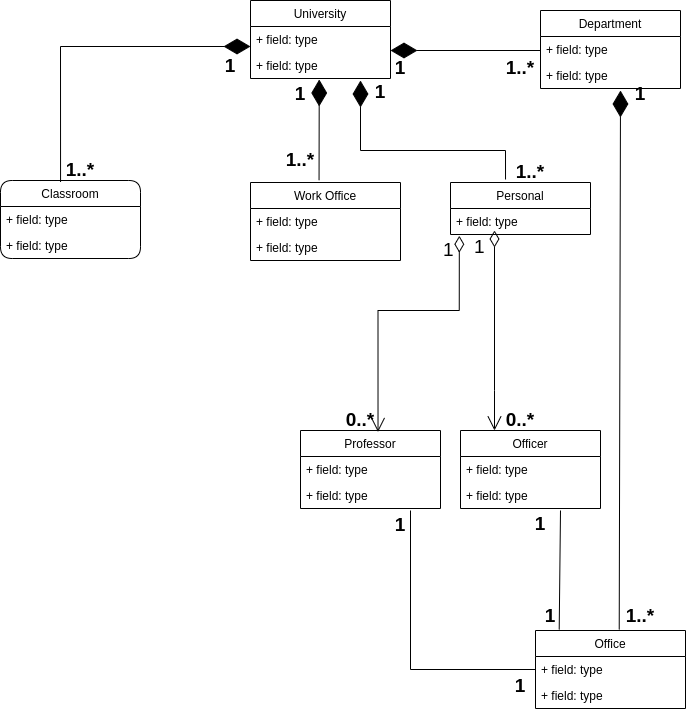
The draw.io diagram src/UniversityMS/UniversityManagementSystem.png in dikkulah/kodluyoruz-oop, before a commit. Source tidied: cells renumbered, new cells last; positions are measured from the earlier drawing's top-left corner, leaving out a move shared by most shapes. Its diagram source:
```xml
<mxGraphModel>
  <root>
    <mxCell id="0" />
    <mxCell id="1" parent="0" />
    <mxCell id="2" value="University" style="swimlane;fontStyle=0;horizontal=1;startSize=26;fillColor=none;" parent="1" vertex="1">
      <mxGeometry x="250" width="140" height="78" as="geometry" />
    </mxCell>
    <mxCell id="3" value="+ field: type" style="text;strokeColor=none;fillColor=none;align=left;verticalAlign=top;spacingLeft=4;spacingRight=4;overflow=hidden;" parent="2" vertex="1">
      <mxGeometry y="26" width="140" height="26" as="geometry" />
    </mxCell>
    <mxCell id="4" value="+ field: type" style="text;strokeColor=none;fillColor=none;align=left;verticalAlign=top;spacingLeft=4;spacingRight=4;overflow=hidden;points=[[0,0.5],[1,0.5]];portConstraint=eastwest;" parent="2" vertex="1">
      <mxGeometry y="52" width="140" height="26" as="geometry" />
    </mxCell>
    <mxCell id="5" value="Department" style="swimlane;fontStyle=0;horizontal=1;startSize=26;fillColor=none;" parent="1" vertex="1">
      <mxGeometry x="540" y="10" width="140" height="78" as="geometry" />
    </mxCell>
    <mxCell id="6" value="+ field: type" style="text;strokeColor=none;fillColor=none;align=left;verticalAlign=top;spacingLeft=4;spacingRight=4;overflow=hidden;" parent="5" vertex="1">
      <mxGeometry y="26" width="140" height="26" as="geometry" />
    </mxCell>
    <mxCell id="7" value="+ field: type" style="text;strokeColor=none;fillColor=none;align=left;verticalAlign=top;spacingLeft=4;spacingRight=4;overflow=hidden;" parent="5" vertex="1">
      <mxGeometry y="52" width="140" height="26" as="geometry" />
    </mxCell>
    <mxCell id="8" value="Work Office" style="swimlane;fontStyle=0;horizontal=1;startSize=26;fillColor=none;" parent="1" vertex="1">
      <mxGeometry x="250" y="182" width="150" height="78" as="geometry" />
    </mxCell>
    <mxCell id="9" value="+ field: type" style="text;strokeColor=none;fillColor=none;align=left;verticalAlign=top;spacingLeft=4;spacingRight=4;overflow=hidden;" parent="8" vertex="1">
      <mxGeometry y="26" width="150" height="26" as="geometry" />
    </mxCell>
    <mxCell id="10" value="+ field: type" style="text;strokeColor=none;fillColor=none;align=left;verticalAlign=top;spacingLeft=4;spacingRight=4;overflow=hidden;" parent="8" vertex="1">
      <mxGeometry y="52" width="150" height="26" as="geometry" />
    </mxCell>
    <mxCell id="11" value="Personal" style="swimlane;fontStyle=0;horizontal=1;startSize=26;fillColor=none;" parent="1" vertex="1">
      <mxGeometry x="450" y="182" width="140" height="52" as="geometry" />
    </mxCell>
    <mxCell id="12" value="+ field: type" style="text;strokeColor=none;fillColor=none;align=left;verticalAlign=top;spacingLeft=4;spacingRight=4;overflow=hidden;points=[[0,0.5],[1,0.5]];portConstraint=eastwest;" parent="11" vertex="1">
      <mxGeometry y="26" width="140" height="26" as="geometry" />
    </mxCell>
    <mxCell id="13" value="Classroom" style="swimlane;fontStyle=0;horizontal=1;startSize=26;rounded=1;shadow=0;sketch=0;glass=0;arcSize=15;gradientColor=none;" parent="1" vertex="1">
      <mxGeometry y="180" width="140" height="78" as="geometry" />
    </mxCell>
    <mxCell id="14" value="+ field: type" style="text;strokeColor=none;fillColor=none;align=left;verticalAlign=top;spacingLeft=4;spacingRight=4;overflow=hidden;" parent="13" vertex="1">
      <mxGeometry y="26" width="140" height="26" as="geometry" />
    </mxCell>
    <mxCell id="15" value="+ field: type" style="text;strokeColor=none;fillColor=none;align=left;verticalAlign=top;spacingLeft=4;spacingRight=4;overflow=hidden;" parent="13" vertex="1">
      <mxGeometry y="52" width="140" height="26" as="geometry" />
    </mxCell>
    <mxCell id="16" value="Professor" style="swimlane;fontStyle=0;horizontal=1;startSize=26;fillColor=none;" parent="1" vertex="1">
      <mxGeometry x="300" y="430" width="140" height="78" as="geometry" />
    </mxCell>
    <mxCell id="17" value="+ field: type" style="text;strokeColor=none;fillColor=none;align=left;verticalAlign=top;spacingLeft=4;spacingRight=4;overflow=hidden;" parent="16" vertex="1">
      <mxGeometry y="26" width="140" height="26" as="geometry" />
    </mxCell>
    <mxCell id="18" value="+ field: type" style="text;strokeColor=none;fillColor=none;align=left;verticalAlign=top;spacingLeft=4;spacingRight=4;overflow=hidden;" parent="16" vertex="1">
      <mxGeometry y="52" width="140" height="26" as="geometry" />
    </mxCell>
    <mxCell id="19" value="Officer" style="swimlane;fontStyle=0;horizontal=1;startSize=26;fillColor=none;" parent="1" vertex="1">
      <mxGeometry x="460" y="430" width="140" height="78" as="geometry" />
    </mxCell>
    <mxCell id="20" value="+ field: type" style="text;strokeColor=none;fillColor=none;align=left;verticalAlign=top;spacingLeft=4;spacingRight=4;overflow=hidden;" parent="19" vertex="1">
      <mxGeometry y="26" width="140" height="26" as="geometry" />
    </mxCell>
    <mxCell id="21" value="+ field: type" style="text;strokeColor=none;fillColor=none;align=left;verticalAlign=top;spacingLeft=4;spacingRight=4;overflow=hidden;" parent="19" vertex="1">
      <mxGeometry y="52" width="140" height="26" as="geometry" />
    </mxCell>
    <mxCell id="22" style="endArrow=diamondThin;endFill=1;endSize=24;html=1;rounded=0;exitX=0.429;exitY=0.019;exitDx=0;exitDy=0;exitPerimeter=0;" parent="1" edge="1" source="13">
      <mxGeometry relative="1" as="geometry">
        <mxPoint x="250" y="46" as="targetPoint" />
        <Array as="points">
          <mxPoint x="60" y="46" />
        </Array>
      </mxGeometry>
    </mxCell>
    <mxCell id="23" style="endArrow=diamondThin;endFill=1;endSize=24;html=1;rounded=0;" parent="1" edge="1">
      <mxGeometry relative="1" as="geometry">
        <mxPoint x="540" y="50" as="sourcePoint" />
        <mxPoint x="390" y="50" as="targetPoint" />
      </mxGeometry>
    </mxCell>
    <mxCell id="24" style="endArrow=diamondThin;endFill=1;endSize=24;html=1;rounded=0;exitX=0.457;exitY=-0.029;exitDx=0;exitDy=0;exitPerimeter=0;entryX=0.491;entryY=1.038;entryDx=0;entryDy=0;entryPerimeter=0;" parent="1" edge="1" source="8" target="4">
      <mxGeometry relative="1" as="geometry" />
    </mxCell>
    <mxCell id="25" value="1..*" style="text;align=center;fontStyle=1;verticalAlign=middle;spacingLeft=3;spacingRight=3;strokeColor=none;rounded=1;shadow=0;glass=0;sketch=0;gradientColor=none;fontSize=19;" parent="1" vertex="1">
      <mxGeometry x="40" y="154" width="80" height="26" as="geometry" />
    </mxCell>
    <mxCell id="26" value="1..*" style="text;align=center;fontStyle=1;verticalAlign=middle;spacingLeft=3;spacingRight=3;strokeColor=none;rounded=1;shadow=0;glass=0;sketch=0;gradientColor=none;fontSize=19;" parent="1" vertex="1">
      <mxGeometry x="480" y="52" width="80" height="26" as="geometry" />
    </mxCell>
    <mxCell id="27" value="1..*&#10;" style="text;align=center;fontStyle=1;verticalAlign=middle;spacingLeft=3;spacingRight=3;strokeColor=none;rounded=1;shadow=0;glass=0;sketch=0;gradientColor=none;fontSize=19;" parent="1" vertex="1">
      <mxGeometry x="260" y="156" width="80" height="26" as="geometry" />
    </mxCell>
    <mxCell id="28" value="Office" style="swimlane;fontStyle=0;horizontal=1;startSize=26;fillColor=none;" parent="1" vertex="1">
      <mxGeometry x="535" y="630" width="150" height="78" as="geometry" />
    </mxCell>
    <mxCell id="29" value="+ field: type" style="text;strokeColor=none;fillColor=none;align=left;verticalAlign=top;spacingLeft=4;spacingRight=4;overflow=hidden;points=[[0,0.5],[1,0.5]];portConstraint=eastwest;" parent="28" vertex="1">
      <mxGeometry y="26" width="150" height="26" as="geometry" />
    </mxCell>
    <mxCell id="30" value="+ field: type" style="text;strokeColor=none;fillColor=none;align=left;verticalAlign=top;spacingLeft=4;spacingRight=4;overflow=hidden;" parent="28" vertex="1">
      <mxGeometry y="52" width="150" height="26" as="geometry" />
    </mxCell>
    <mxCell id="31" style="endArrow=diamondThin;endFill=1;endSize=24;html=1;rounded=0;fontSize=19;exitX=0.393;exitY=-0.058;exitDx=0;exitDy=0;exitPerimeter=0;" parent="1" edge="1" source="11">
      <mxGeometry relative="1" as="geometry">
        <mxPoint x="360" y="80" as="targetPoint" />
        <Array as="points">
          <mxPoint x="505" y="150" />
          <mxPoint x="360" y="150" />
        </Array>
      </mxGeometry>
    </mxCell>
    <mxCell id="32" value="1" style="text;align=center;fontStyle=1;verticalAlign=middle;spacingLeft=3;spacingRight=3;strokeColor=none;rounded=1;shadow=0;glass=0;sketch=0;fontSize=19;gradientColor=none;" parent="1" vertex="1">
      <mxGeometry x="190" y="50" width="80" height="26" as="geometry" />
    </mxCell>
    <mxCell id="33" value="1" style="text;align=center;fontStyle=1;verticalAlign=middle;spacingLeft=3;spacingRight=3;strokeColor=none;rounded=1;shadow=0;glass=0;sketch=0;fontSize=19;gradientColor=none;" parent="1" vertex="1">
      <mxGeometry x="360" y="52" width="80" height="26" as="geometry" />
    </mxCell>
    <mxCell id="34" value="1" style="text;align=center;fontStyle=1;verticalAlign=middle;spacingLeft=3;spacingRight=3;strokeColor=none;rounded=1;shadow=0;glass=0;sketch=0;fontSize=19;gradientColor=none;" parent="1" vertex="1">
      <mxGeometry x="260" y="78" width="80" height="26" as="geometry" />
    </mxCell>
    <mxCell id="35" value="1" style="text;align=center;fontStyle=1;verticalAlign=middle;spacingLeft=3;spacingRight=3;strokeColor=none;rounded=1;shadow=0;glass=0;sketch=0;fontSize=19;gradientColor=none;" parent="1" vertex="1">
      <mxGeometry x="340" y="76" width="80" height="26" as="geometry" />
    </mxCell>
    <mxCell id="36" value="1..*" style="text;align=center;fontStyle=1;verticalAlign=middle;spacingLeft=3;spacingRight=3;strokeColor=none;rounded=1;shadow=0;glass=0;sketch=0;fontSize=19;gradientColor=none;" parent="1" vertex="1">
      <mxGeometry x="490" y="156" width="80" height="26" as="geometry" />
    </mxCell>
    <mxCell id="37" style="endArrow=diamondThin;endFill=1;endSize=24;html=1;rounded=0;exitX=0.234;exitY=1.115;exitDx=0;exitDy=0;exitPerimeter=0;" parent="1" edge="1" source="39">
      <mxGeometry relative="1" as="geometry">
        <mxPoint x="620" y="90" as="targetPoint" />
      </mxGeometry>
    </mxCell>
    <mxCell id="38" value="1" style="text;align=center;fontStyle=1;verticalAlign=middle;spacingLeft=3;spacingRight=3;strokeColor=none;rounded=1;shadow=0;glass=0;sketch=0;fontSize=19;gradientColor=none;" parent="1" vertex="1">
      <mxGeometry x="600" y="78" width="80" height="26" as="geometry" />
    </mxCell>
    <mxCell id="39" value="1..*" style="text;align=center;fontStyle=1;verticalAlign=middle;spacingLeft=3;spacingRight=3;strokeColor=none;points=[[0,0.5],[1,0.5]];portConstraint=eastwest;rounded=1;shadow=0;glass=0;sketch=0;gradientColor=none;fontSize=19;" parent="1" vertex="1">
      <mxGeometry x="600" y="600" width="80" height="26" as="geometry" />
    </mxCell>
    <mxCell id="40" value="0..*" style="text;align=center;fontStyle=1;verticalAlign=middle;spacingLeft=3;spacingRight=3;strokeColor=none;rounded=1;shadow=0;glass=0;sketch=0;fontSize=19;gradientColor=none;" parent="1" vertex="1">
      <mxGeometry x="480" y="404" width="80" height="26" as="geometry" />
    </mxCell>
    <mxCell id="41" value="0..*" style="text;align=center;fontStyle=1;verticalAlign=middle;spacingLeft=3;spacingRight=3;strokeColor=none;points=[[0,0.5],[1,0.5]];portConstraint=eastwest;rounded=1;shadow=0;glass=0;sketch=0;fontSize=19;gradientColor=none;" parent="1" vertex="1">
      <mxGeometry x="320" y="404" width="80" height="26" as="geometry" />
    </mxCell>
    <mxCell id="42" value="1" style="endArrow=open;html=1;endSize=12;startArrow=diamondThin;startSize=14;startFill=0;edgeStyle=orthogonalEdgeStyle;align=left;verticalAlign=bottom;rounded=0;fontSize=19;entryX=0.719;entryY=1.058;entryDx=0;entryDy=0;entryPerimeter=0;exitX=0.063;exitY=1.048;exitDx=0;exitDy=0;horizontal=1;spacingRight=31;spacingBottom=-29;spacingLeft=-21;exitPerimeter=0;" parent="1" edge="1" source="12" target="41">
      <mxGeometry x="-1" y="3" relative="1" as="geometry">
        <Array as="points">
          <mxPoint x="459" y="310" />
          <mxPoint x="378" y="310" />
        </Array>
      </mxGeometry>
    </mxCell>
    <mxCell id="43" value="1" style="endArrow=open;html=1;endSize=12;startArrow=diamondThin;startSize=14;startFill=0;edgeStyle=orthogonalEdgeStyle;align=left;verticalAlign=bottom;rounded=0;fontSize=19;horizontal=1;spacingRight=23;spacingBottom=-31;spacingLeft=-25;" parent="1" edge="1">
      <mxGeometry x="-1" y="3" relative="1" as="geometry">
        <mxPoint x="494" y="230" as="sourcePoint" />
        <mxPoint x="494" y="430" as="targetPoint" />
        <Array as="points">
          <mxPoint x="494" y="390" />
          <mxPoint x="494" y="390" />
        </Array>
      </mxGeometry>
    </mxCell>
    <mxCell id="44" style="endArrow=none;html=1;rounded=0;fontSize=19;entryX=0;entryY=0.5;entryDx=0;entryDy=0;" parent="1" edge="1" target="29">
      <mxGeometry relative="1" as="geometry">
        <mxPoint x="410" y="510" as="sourcePoint" />
        <Array as="points">
          <mxPoint x="410" y="669" />
        </Array>
      </mxGeometry>
    </mxCell>
    <mxCell id="45" style="endArrow=none;html=1;rounded=0;fontSize=19;entryX=0.158;entryY=-0.013;entryDx=0;entryDy=0;entryPerimeter=0;" parent="1" edge="1" target="28">
      <mxGeometry relative="1" as="geometry">
        <mxPoint x="560" y="510" as="sourcePoint" />
      </mxGeometry>
    </mxCell>
    <mxCell id="46" value="1" style="text;align=center;fontStyle=1;verticalAlign=middle;spacingLeft=3;spacingRight=3;strokeColor=none;rounded=1;shadow=0;glass=0;sketch=0;fontSize=19;gradientColor=none;" parent="1" vertex="1">
      <mxGeometry x="360" y="509" width="80" height="26" as="geometry" />
    </mxCell>
    <mxCell id="47" value="1" style="text;align=center;fontStyle=1;verticalAlign=middle;spacingLeft=3;spacingRight=3;strokeColor=none;rounded=1;shadow=0;glass=0;sketch=0;fontSize=19;gradientColor=none;" parent="1" vertex="1">
      <mxGeometry x="480" y="670" width="80" height="26" as="geometry" />
    </mxCell>
    <mxCell id="48" value="1" style="text;align=center;fontStyle=1;verticalAlign=middle;spacingLeft=3;spacingRight=3;strokeColor=none;rounded=1;shadow=0;glass=0;sketch=0;fontSize=19;gradientColor=none;" parent="1" vertex="1">
      <mxGeometry x="500" y="508" width="80" height="26" as="geometry" />
    </mxCell>
    <mxCell id="49" value="1" style="text;align=center;fontStyle=1;verticalAlign=middle;spacingLeft=3;spacingRight=3;strokeColor=none;rounded=1;shadow=0;glass=0;sketch=0;fontSize=19;gradientColor=none;" parent="1" vertex="1">
      <mxGeometry x="510" y="600" width="80" height="26" as="geometry" />
    </mxCell>
  </root>
</mxGraphModel>
```
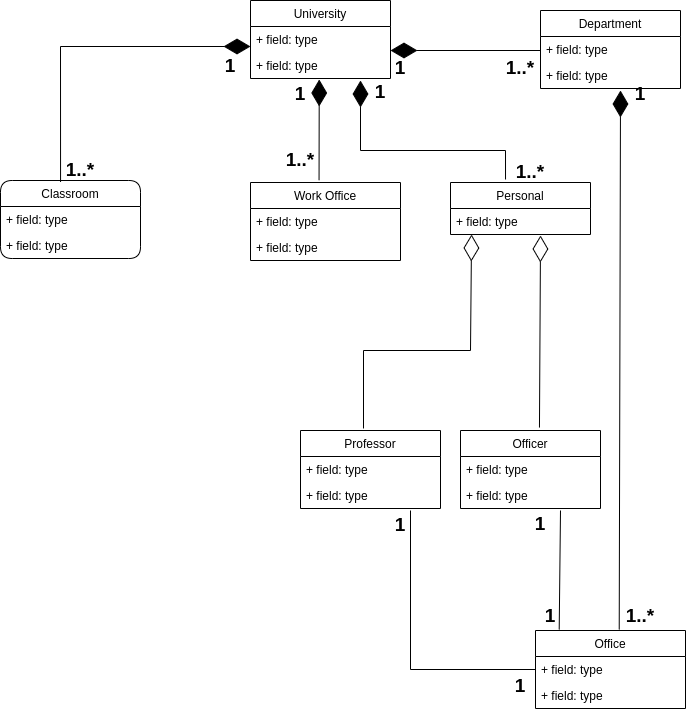
After the commit.

Diff of the diagram source:
```diff
@@ -132,30 +132,6 @@
     <mxCell id="39" value="1..*" style="text;align=center;fontStyle=1;verticalAlign=middle;spacingLeft=3;spacingRight=3;strokeColor=none;points=[[0,0.5],[1,0.5]];portConstraint=eastwest;rounded=1;shadow=0;glass=0;sketch=0;gradientColor=none;fontSize=19;" parent="1" vertex="1">
       <mxGeometry x="600" y="600" width="80" height="26" as="geometry" />
     </mxCell>
-    <mxCell id="40" value="0..*" style="text;align=center;fontStyle=1;verticalAlign=middle;spacingLeft=3;spacingRight=3;strokeColor=none;rounded=1;shadow=0;glass=0;sketch=0;fontSize=19;gradientColor=none;" parent="1" vertex="1">
-      <mxGeometry x="480" y="404" width="80" height="26" as="geometry" />
-    </mxCell>
-    <mxCell id="41" value="0..*" style="text;align=center;fontStyle=1;verticalAlign=middle;spacingLeft=3;spacingRight=3;strokeColor=none;points=[[0,0.5],[1,0.5]];portConstraint=eastwest;rounded=1;shadow=0;glass=0;sketch=0;fontSize=19;gradientColor=none;" parent="1" vertex="1">
-      <mxGeometry x="320" y="404" width="80" height="26" as="geometry" />
-    </mxCell>
-    <mxCell id="42" value="1" style="endArrow=open;html=1;endSize=12;startArrow=diamondThin;startSize=14;startFill=0;edgeStyle=orthogonalEdgeStyle;align=left;verticalAlign=bottom;rounded=0;fontSize=19;entryX=0.719;entryY=1.058;entryDx=0;entryDy=0;entryPerimeter=0;exitX=0.063;exitY=1.048;exitDx=0;exitDy=0;horizontal=1;spacingRight=31;spacingBottom=-29;spacingLeft=-21;exitPerimeter=0;" parent="1" edge="1" source="12" target="41">
-      <mxGeometry x="-1" y="3" relative="1" as="geometry">
-        <Array as="points">
-          <mxPoint x="459" y="310" />
-          <mxPoint x="378" y="310" />
-        </Array>
-      </mxGeometry>
-    </mxCell>
-    <mxCell id="43" value="1" style="endArrow=open;html=1;endSize=12;startArrow=diamondThin;startSize=14;startFill=0;edgeStyle=orthogonalEdgeStyle;align=left;verticalAlign=bottom;rounded=0;fontSize=19;horizontal=1;spacingRight=23;spacingBottom=-31;spacingLeft=-25;" parent="1" edge="1">
-      <mxGeometry x="-1" y="3" relative="1" as="geometry">
-        <mxPoint x="494" y="230" as="sourcePoint" />
-        <mxPoint x="494" y="430" as="targetPoint" />
-        <Array as="points">
-          <mxPoint x="494" y="390" />
-          <mxPoint x="494" y="390" />
-        </Array>
-      </mxGeometry>
-    </mxCell>
     <mxCell id="44" style="endArrow=none;html=1;rounded=0;fontSize=19;entryX=0;entryY=0.5;entryDx=0;entryDy=0;" parent="1" edge="1" target="29">
       <mxGeometry relative="1" as="geometry">
         <mxPoint x="410" y="510" as="sourcePoint" />
@@ -181,5 +157,17 @@
     <mxCell id="49" value="1" style="text;align=center;fontStyle=1;verticalAlign=middle;spacingLeft=3;spacingRight=3;strokeColor=none;rounded=1;shadow=0;glass=0;sketch=0;fontSize=19;gradientColor=none;" parent="1" vertex="1">
       <mxGeometry x="510" y="600" width="80" height="26" as="geometry" />
     </mxCell>
+    <mxCell id="50" style="endArrow=diamondThin;endFill=0;endSize=24;html=1;rounded=0;entryX=0.643;entryY=1.038;entryDx=0;entryDy=0;entryPerimeter=0;exitX=0.564;exitY=-0.038;exitDx=0;exitDy=0;exitPerimeter=0;" parent="1" edge="1" source="19" target="12">
+      <mxGeometry relative="1" as="geometry" />
+    </mxCell>
+    <mxCell id="51" style="endArrow=diamondThin;endFill=0;endSize=24;html=1;rounded=0;entryX=0.643;entryY=1.038;entryDx=0;entryDy=0;entryPerimeter=0;exitX=0.45;exitY=-0.026;exitDx=0;exitDy=0;exitPerimeter=0;" parent="1" edge="1" source="16">
+      <mxGeometry relative="1" as="geometry">
+        <mxPoint x="471.1" y="234" as="targetPoint" />
+        <Array as="points">
+          <mxPoint x="363" y="350" />
+          <mxPoint x="470" y="350" />
+        </Array>
+      </mxGeometry>
+    </mxCell>
   </root>
 </mxGraphModel>
```
